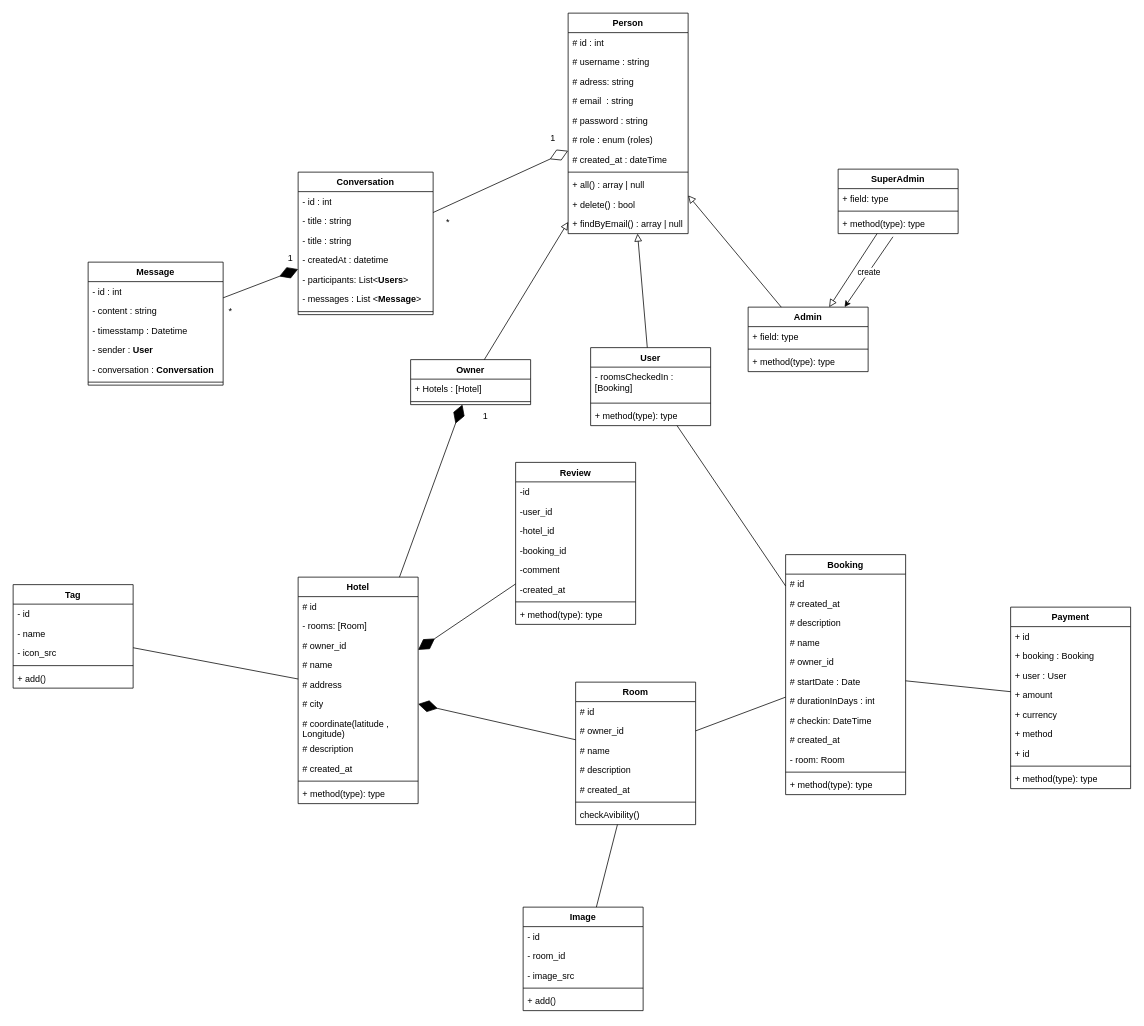
mohammed-ali-boutaine/airbooking-backend keeps this draw.io diagram as uml/Class diagram.drawio. Above is the earlier version. Source tidied: cells renumbered, new cells numbered last; positions are measured from the earlier drawing's top-left corner, leaving out a move shared by most shapes. Both pictures are drawn from the tidied source at 75%, with x=0, y=0 at pixel (13, 13).
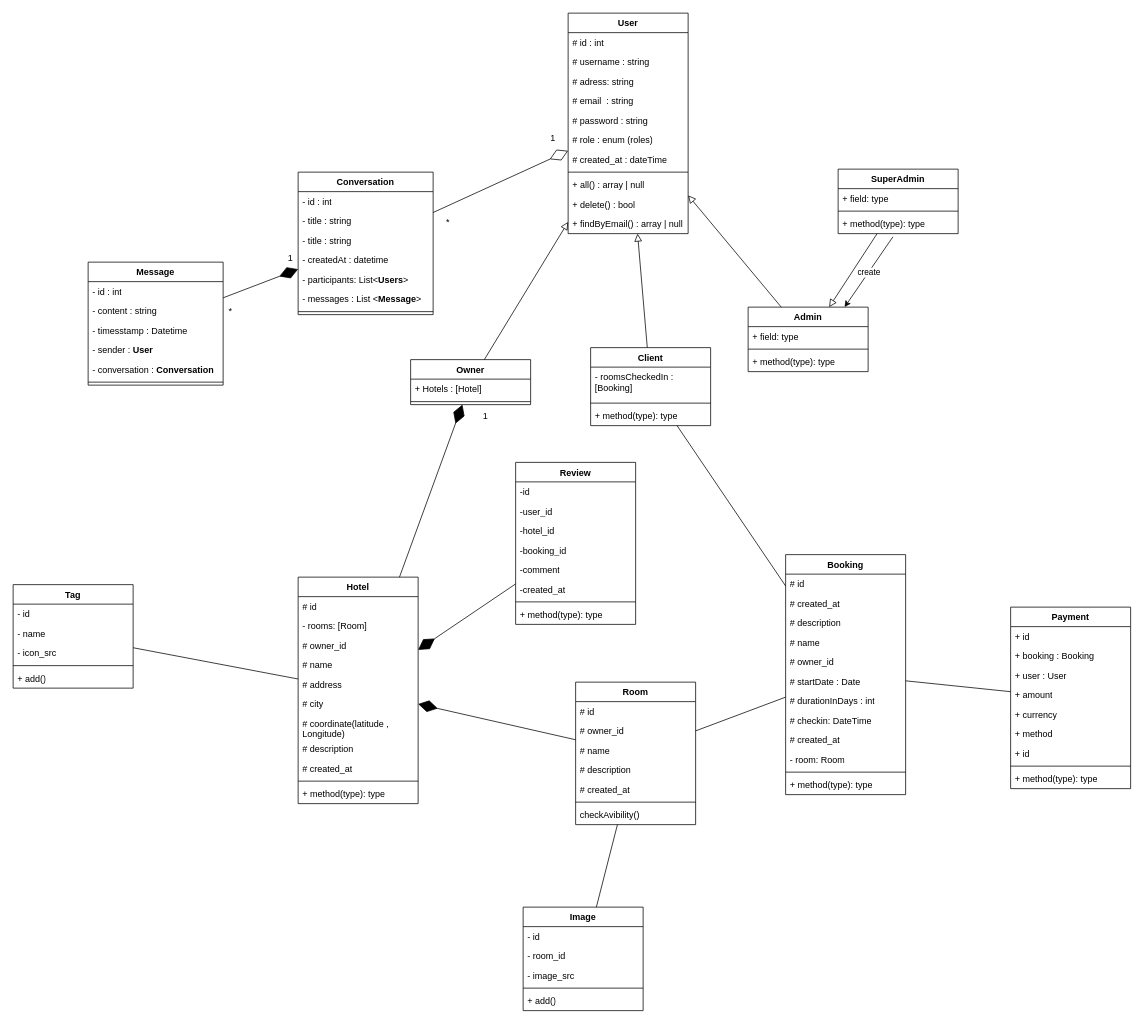
Above is the later version.

Change to the diagram source:
```diff
@@
-    <mxCell id="35" value="Person" style="swimlane;fontStyle=1;align=center;verticalAlign=top;horizontal=1;startSize=26;whiteSpace=wrap;html=1;" parent="1" vertex="1">
+    <mxCell id="35" value="User" style="swimlane;fontStyle=1;align=center;verticalAlign=top;horizontal=1;startSize=26;whiteSpace=wrap;html=1;" parent="1" vertex="1">
       <mxGeometry x="740" width="160" height="294" as="geometry" />
     </mxCell>
@@
-    <mxCell id="54" value="User" style="swimlane;fontStyle=1;align=center;verticalAlign=top;horizontal=1;startSize=26;whiteSpace=wrap;html=1;" parent="1" vertex="1">
+    <mxCell id="54" value="Client" style="swimlane;fontStyle=1;align=center;verticalAlign=top;horizontal=1;startSize=26;whiteSpace=wrap;html=1;" parent="1" vertex="1">
       <mxGeometry x="770" y="446" width="160" height="104" as="geometry" />
     </mxCell>
```
